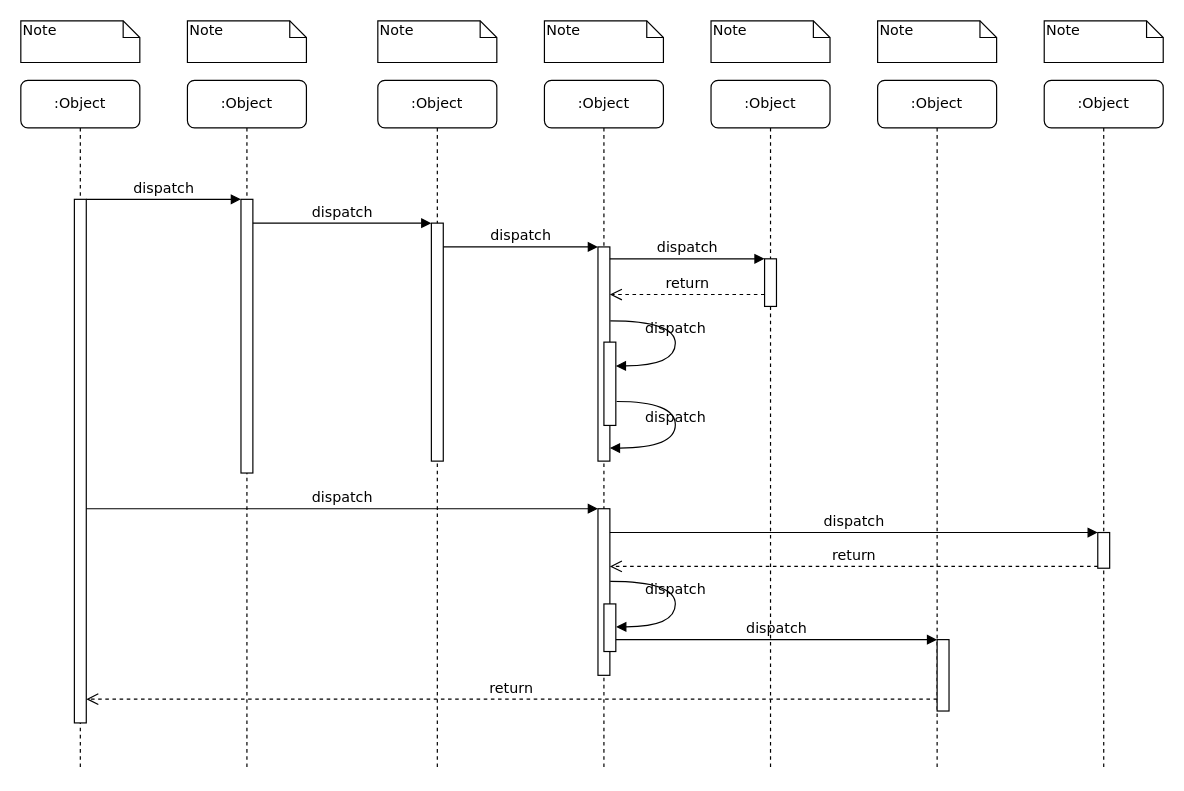
This is 拓扑图11.drawio from choulele0910/gitbook, a draw.io file, before an edit. Source tidied: cells renumbered, new cells numbered last; positions are measured from the earlier drawing's top-left corner, leaving out a move shared by most shapes. Both pictures are drawn from the tidied source at 119%, with x=0, y=0 at pixel (20, 20).
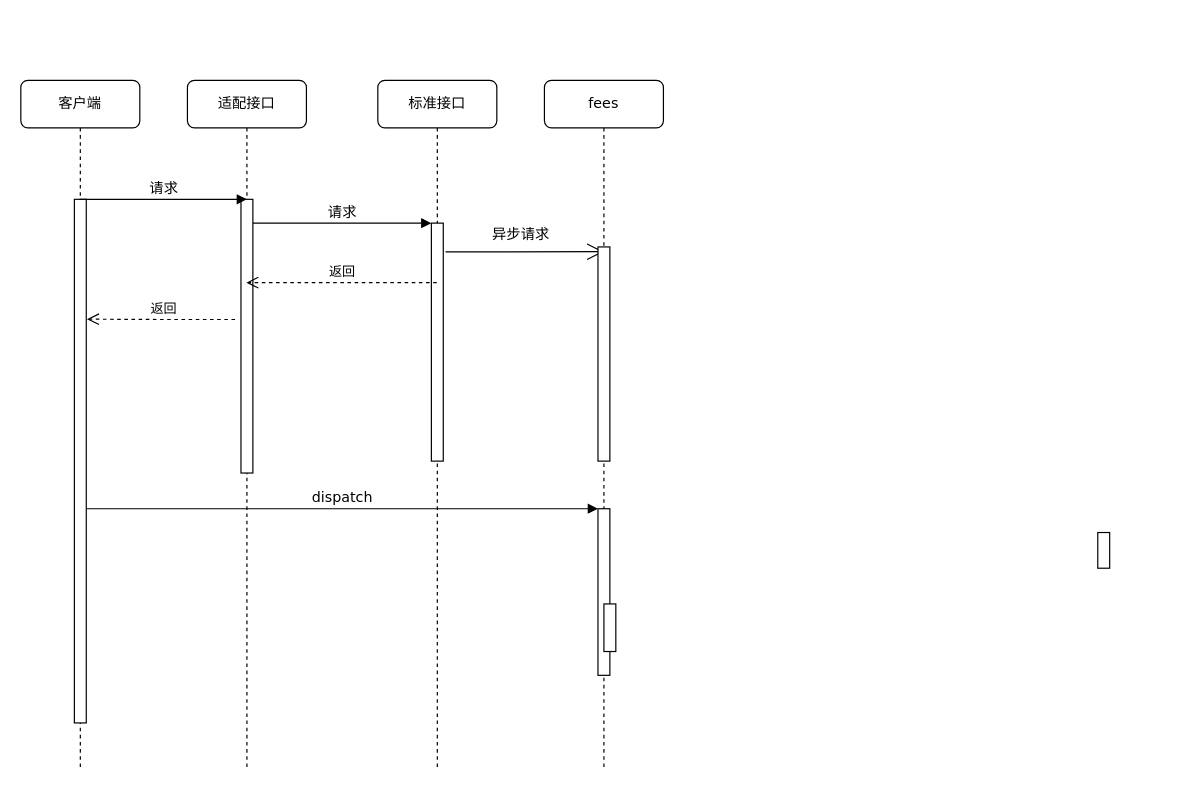
After the change.

Commit message:
更新拓扑图11.drawio

Unchanged cells that the change refers to:
```xml
<mxCell id="3" style="html=1;points=[];perimeter=orthogonalPerimeter;rounded=0;shadow=0;comic=0;labelBackgroundColor=none;strokeWidth=1;fontFamily=Verdana;fontSize=12;align=center;" parent="2" vertex="1">
  <mxGeometry x="45" y="100" width="10" height="230" as="geometry" />
</mxCell>
<mxCell id="5" style="html=1;points=[];perimeter=orthogonalPerimeter;rounded=0;shadow=0;comic=0;labelBackgroundColor=none;strokeWidth=1;fontFamily=Verdana;fontSize=12;align=center;" parent="4" vertex="1">
  <mxGeometry x="45" y="120" width="10" height="200" as="geometry" />
</mxCell>
<mxCell id="11" style="html=1;points=[];perimeter=orthogonalPerimeter;rounded=0;shadow=0;comic=0;labelBackgroundColor=none;strokeWidth=1;fontFamily=Verdana;fontSize=12;align=center;" parent="10" vertex="1">
  <mxGeometry x="45" y="100" width="10" height="440" as="geometry" />
</mxCell>
<mxCell id="12" style="html=1;points=[];perimeter=orthogonalPerimeter;rounded=0;shadow=0;comic=0;labelBackgroundColor=none;strokeWidth=1;fontFamily=Verdana;fontSize=12;align=center;" parent="1" vertex="1">
  <mxGeometry x="485" y="190" width="10" height="180" as="geometry" />
</mxCell>
<mxCell id="17" style="html=1;points=[];perimeter=orthogonalPerimeter;rounded=0;shadow=0;comic=0;labelBackgroundColor=none;strokeWidth=1;fontFamily=Verdana;fontSize=12;align=center;" parent="1" vertex="1">
  <mxGeometry x="485" y="410" width="10" height="140" as="geometry" />
</mxCell>
<mxCell id="19" style="html=1;points=[];perimeter=orthogonalPerimeter;rounded=0;shadow=0;comic=0;labelBackgroundColor=none;strokeColor=#000000;strokeWidth=1;fillColor=#FFFFFF;fontFamily=Verdana;fontSize=12;fontColor=#000000;align=center;" parent="1" vertex="1">
  <mxGeometry x="905" y="430" width="10" height="30" as="geometry" />
</mxCell>
<mxCell id="30" style="html=1;points=[];perimeter=orthogonalPerimeter;rounded=0;shadow=0;comic=0;labelBackgroundColor=none;strokeWidth=1;fontFamily=Verdana;fontSize=12;align=center;" parent="1" vertex="1">
  <mxGeometry x="490" y="490" width="10" height="40" as="geometry" />
</mxCell>
```

Diff of the diagram source:
```diff
@@
-    <mxCell id="2" value=":Object" style="shape=umlLifeline;perimeter=lifelinePerimeter;whiteSpace=wrap;html=1;outlineConnect=0;rounded=1;shadow=0;comic=0;labelBackgroundColor=none;strokeWidth=1;fontFamily=Verdana;fontSize=12;align=center;" parent="1" vertex="1">
+    <mxCell id="2" value="适配接口" style="shape=umlLifeline;perimeter=lifelinePerimeter;whiteSpace=wrap;html=1;outlineConnect=0;rounded=1;shadow=0;comic=0;labelBackgroundColor=none;strokeWidth=1;fontFamily=Verdana;fontSize=12;align=center;" parent="1" vertex="1">
       <mxGeometry x="140" y="50" width="100" height="580" as="geometry" />
     </mxCell>
@@
-    <mxCell id="4" value=":Object" style="shape=umlLifeline;perimeter=lifelinePerimeter;whiteSpace=wrap;html=1;outlineConnect=0;rounded=1;shadow=0;comic=0;labelBackgroundColor=none;strokeWidth=1;fontFamily=Verdana;fontSize=12;align=center;" parent="1" vertex="1">
+    <mxCell id="4" value="标准接口" style="shape=umlLifeline;perimeter=lifelinePerimeter;whiteSpace=wrap;html=1;outlineConnect=0;rounded=1;shadow=0;comic=0;labelBackgroundColor=none;strokeWidth=1;fontFamily=Verdana;fontSize=12;align=center;" parent="1" vertex="1">
       <mxGeometry x="300" y="50" width="100" height="580" as="geometry" />
     </mxCell>
@@
-    <mxCell id="6" value=":Object" style="shape=umlLifeline;perimeter=lifelinePerimeter;whiteSpace=wrap;html=1;rounded=1;shadow=0;comic=0;labelBackgroundColor=none;strokeWidth=1;fontFamily=Verdana;fontSize=12;align=center;" parent="1" vertex="1">
+    <mxCell id="6" value="fees" style="shape=umlLifeline;perimeter=lifelinePerimeter;whiteSpace=wrap;html=1;rounded=1;shadow=0;comic=0;labelBackgroundColor=none;strokeWidth=1;fontFamily=Verdana;fontSize=12;align=center;" parent="1" vertex="1">
       <mxGeometry x="440" y="50" width="100" height="580" as="geometry" />
     </mxCell>
-    <mxCell id="7" value=":Object" style="shape=umlLifeline;perimeter=lifelinePerimeter;whiteSpace=wrap;html=1;rounded=1;shadow=0;comic=0;labelBackgroundColor=none;strokeWidth=1;fontFamily=Verdana;fontSize=12;align=center;" parent="1" vertex="1">
-      <mxGeometry x="580" y="50" width="100" height="580" as="geometry" />
-    </mxCell>
-    <mxCell id="8" value=":Object" style="shape=umlLifeline;perimeter=lifelinePerimeter;whiteSpace=wrap;html=1;rounded=1;shadow=0;comic=0;labelBackgroundColor=none;strokeWidth=1;fontFamily=Verdana;fontSize=12;align=center;" parent="1" vertex="1">
-      <mxGeometry x="720" y="50" width="100" height="580" as="geometry" />
-    </mxCell>
-    <mxCell id="9" value=":Object" style="shape=umlLifeline;perimeter=lifelinePerimeter;whiteSpace=wrap;html=1;rounded=1;shadow=0;comic=0;labelBackgroundColor=none;strokeWidth=1;fontFamily=Verdana;fontSize=12;align=center;" parent="1" vertex="1">
-      <mxGeometry x="860" y="50" width="100" height="580" as="geometry" />
-    </mxCell>
+    <mxCell id="39" style="endArrow=open;endFill=1;endSize=12;html=1;rounded=0;exitX=1.193;exitY=0.121;exitDx=0;exitDy=0;exitPerimeter=0;" parent="6" edge="1" source="5">
+      <mxGeometry relative="1" as="geometry">
+        <mxPoint x="50" y="144" as="targetPoint" />
+      </mxGeometry>
+    </mxCell>
-    <mxCell id="10" value=":Object" style="shape=umlLifeline;perimeter=lifelinePerimeter;whiteSpace=wrap;html=1;outlineConnect=0;rounded=1;shadow=0;comic=0;labelBackgroundColor=none;strokeWidth=1;fontFamily=Verdana;fontSize=12;align=center;" parent="1" vertex="1">
+    <mxCell id="10" value="客户端" style="shape=umlLifeline;perimeter=lifelinePerimeter;whiteSpace=wrap;html=1;outlineConnect=0;rounded=1;shadow=0;comic=0;labelBackgroundColor=none;strokeWidth=1;fontFamily=Verdana;fontSize=12;align=center;" parent="1" vertex="1">
       <mxGeometry y="50" width="100" height="580" as="geometry" />
     </mxCell>
@@
-    <mxCell id="13" value="dispatch" style="html=1;verticalAlign=bottom;endArrow=block;labelBackgroundColor=none;fontFamily=Verdana;fontSize=12;edgeStyle=elbowEdgeStyle;elbow=vertical;" parent="1" edge="1" source="5" target="12">
-      <mxGeometry relative="1" as="geometry">
-        <Array as="points">
-          <mxPoint x="360" y="190" />
-        </Array>
-      </mxGeometry>
-    </mxCell>
-    <mxCell id="14" style="html=1;points=[];perimeter=orthogonalPerimeter;rounded=0;shadow=0;comic=0;labelBackgroundColor=none;strokeWidth=1;fontFamily=Verdana;fontSize=12;align=center;" parent="1" vertex="1">
-      <mxGeometry x="625" y="200" width="10" height="40" as="geometry" />
-    </mxCell>
-    <mxCell id="15" value="dispatch" style="html=1;verticalAlign=bottom;endArrow=block;entryX=0;entryY=0;labelBackgroundColor=none;fontFamily=Verdana;fontSize=12;edgeStyle=elbowEdgeStyle;elbow=vertical;" parent="1" edge="1" source="12" target="14">
-      <mxGeometry relative="1" as="geometry" />
-    </mxCell>
-    <mxCell id="16" value="return" style="html=1;verticalAlign=bottom;endArrow=open;dashed=1;endSize=8;labelBackgroundColor=none;fontFamily=Verdana;fontSize=12;edgeStyle=elbowEdgeStyle;elbow=vertical;" parent="1" edge="1" source="14" target="12">
-      <mxGeometry relative="1" as="geometry">
-        <Array as="points">
-          <mxPoint x="570" y="230" />
-          <mxPoint x="600" y="230" />
-        </Array>
-      </mxGeometry>
-    </mxCell>
@@
-    <mxCell id="20" value="dispatch" style="html=1;verticalAlign=bottom;endArrow=block;entryX=0;entryY=0;labelBackgroundColor=none;fontFamily=Verdana;fontSize=12;" parent="1" edge="1" source="17" target="19">
-      <mxGeometry relative="1" as="geometry" />
-    </mxCell>
-    <mxCell id="21" value="return" style="html=1;verticalAlign=bottom;endArrow=open;dashed=1;endSize=8;exitX=0;exitY=0.95;labelBackgroundColor=none;fontFamily=Verdana;fontSize=12;" parent="1" edge="1" source="19" target="17">
-      <mxGeometry relative="1" as="geometry" />
-    </mxCell>
-    <mxCell id="22" style="html=1;points=[];perimeter=orthogonalPerimeter;rounded=0;shadow=0;comic=0;labelBackgroundColor=none;strokeWidth=1;fontFamily=Verdana;fontSize=12;align=center;" parent="1" vertex="1">
-      <mxGeometry x="770" y="520" width="10" height="60" as="geometry" />
-    </mxCell>
-    <mxCell id="23" value="dispatch" style="html=1;verticalAlign=bottom;endArrow=block;entryX=0;entryY=0;labelBackgroundColor=none;fontFamily=Verdana;fontSize=12;edgeStyle=elbowEdgeStyle;elbow=vertical;" parent="1" edge="1" source="30" target="22">
-      <mxGeometry relative="1" as="geometry" />
-    </mxCell>
-    <mxCell id="24" value="return" style="html=1;verticalAlign=bottom;endArrow=open;dashed=1;endSize=8;labelBackgroundColor=none;fontFamily=Verdana;fontSize=12;edgeStyle=elbowEdgeStyle;elbow=vertical;" parent="1" edge="1" source="22" target="11">
-      <mxGeometry relative="1" as="geometry">
-        <Array as="points">
-          <mxPoint x="470" y="570" />
-        </Array>
-      </mxGeometry>
-    </mxCell>
-    <mxCell id="25" value="dispatch" style="html=1;verticalAlign=bottom;endArrow=block;entryX=0;entryY=0;labelBackgroundColor=none;fontFamily=Verdana;fontSize=12;edgeStyle=elbowEdgeStyle;elbow=vertical;" parent="1" edge="1" source="11" target="3">
-      <mxGeometry relative="1" as="geometry" />
-    </mxCell>
-    <mxCell id="26" value="dispatch" style="html=1;verticalAlign=bottom;endArrow=block;entryX=0;entryY=0;labelBackgroundColor=none;fontFamily=Verdana;fontSize=12;edgeStyle=elbowEdgeStyle;elbow=vertical;" parent="1" edge="1" source="3" target="5">
+    <mxCell id="26" value="请求" style="html=1;verticalAlign=bottom;endArrow=block;entryX=0;entryY=0;labelBackgroundColor=none;fontFamily=Verdana;fontSize=12;edgeStyle=elbowEdgeStyle;elbow=vertical;" parent="1" edge="1" source="3" target="5">
       <mxGeometry relative="1" as="geometry" />
     </mxCell>
-    <mxCell id="27" style="html=1;points=[];perimeter=orthogonalPerimeter;rounded=0;shadow=0;comic=0;labelBackgroundColor=none;strokeWidth=1;fontFamily=Verdana;fontSize=12;align=center;" parent="1" vertex="1">
-      <mxGeometry x="490" y="270" width="10" height="70" as="geometry" />
-    </mxCell>
-    <mxCell id="28" value="dispatch" style="html=1;verticalAlign=bottom;endArrow=block;labelBackgroundColor=none;fontFamily=Verdana;fontSize=12;elbow=vertical;edgeStyle=orthogonalEdgeStyle;curved=1;entryX=1;entryY=0.286;entryPerimeter=0;exitX=1.038;exitY=0.345;exitPerimeter=0;" parent="1" edge="1" source="12" target="27">
-      <mxGeometry relative="1" as="geometry">
-        <Array as="points">
-          <mxPoint x="550" y="252" />
-          <mxPoint x="550" y="290" />
-        </Array>
-      </mxGeometry>
-    </mxCell>
-    <mxCell id="29" value="dispatch" style="html=1;verticalAlign=bottom;endArrow=block;labelBackgroundColor=none;fontFamily=Verdana;fontSize=12;elbow=vertical;edgeStyle=orthogonalEdgeStyle;curved=1;exitX=1.066;exitY=0.713;exitPerimeter=0;" parent="1" edge="1" source="27">
-      <mxGeometry relative="1" as="geometry">
-        <mxPoint x="495" y="359" as="targetPoint" />
-        <Array as="points">
-          <mxPoint x="550" y="320" />
-          <mxPoint x="550" y="359" />
-        </Array>
-      </mxGeometry>
-    </mxCell>
@@
-    <mxCell id="31" value="dispatch" style="html=1;verticalAlign=bottom;endArrow=block;labelBackgroundColor=none;fontFamily=Verdana;fontSize=12;elbow=vertical;edgeStyle=orthogonalEdgeStyle;curved=1;entryX=1;entryY=0.286;entryPerimeter=0;exitX=1.038;exitY=0.345;exitPerimeter=0;" parent="1" edge="1">
-      <mxGeometry relative="1" as="geometry">
-        <mxPoint x="495.3" y="471" as="sourcePoint" />
-        <mxPoint x="500.3" y="509.3" as="targetPoint" />
-        <Array as="points">
-          <mxPoint x="550" y="471" />
-          <mxPoint x="550" y="509" />
-        </Array>
-      </mxGeometry>
-    </mxCell>
-    <mxCell id="32" value="Note" style="shape=note;whiteSpace=wrap;html=1;size=14;verticalAlign=top;align=left;spacingTop=-6;rounded=0;shadow=0;comic=0;labelBackgroundColor=none;strokeWidth=1;fontFamily=Verdana;fontSize=12;" parent="1" vertex="1">
-      <mxGeometry width="100" height="35" as="geometry" />
-    </mxCell>
-    <mxCell id="33" value="Note" style="shape=note;whiteSpace=wrap;html=1;size=14;verticalAlign=top;align=left;spacingTop=-6;rounded=0;shadow=0;comic=0;labelBackgroundColor=none;strokeWidth=1;fontFamily=Verdana;fontSize=12;" parent="1" vertex="1">
-      <mxGeometry x="140" width="100" height="35" as="geometry" />
-    </mxCell>
-    <mxCell id="34" value="Note" style="shape=note;whiteSpace=wrap;html=1;size=14;verticalAlign=top;align=left;spacingTop=-6;rounded=0;shadow=0;comic=0;labelBackgroundColor=none;strokeWidth=1;fontFamily=Verdana;fontSize=12;" parent="1" vertex="1">
-      <mxGeometry x="300" width="100" height="35" as="geometry" />
-    </mxCell>
-    <mxCell id="35" value="Note" style="shape=note;whiteSpace=wrap;html=1;size=14;verticalAlign=top;align=left;spacingTop=-6;rounded=0;shadow=0;comic=0;labelBackgroundColor=none;strokeWidth=1;fontFamily=Verdana;fontSize=12;" parent="1" vertex="1">
-      <mxGeometry x="440" width="100" height="35" as="geometry" />
-    </mxCell>
-    <mxCell id="36" value="Note" style="shape=note;whiteSpace=wrap;html=1;size=14;verticalAlign=top;align=left;spacingTop=-6;rounded=0;shadow=0;comic=0;labelBackgroundColor=none;strokeWidth=1;fontFamily=Verdana;fontSize=12;" parent="1" vertex="1">
-      <mxGeometry x="580" width="100" height="35" as="geometry" />
-    </mxCell>
-    <mxCell id="37" value="Note" style="shape=note;whiteSpace=wrap;html=1;size=14;verticalAlign=top;align=left;spacingTop=-6;rounded=0;shadow=0;comic=0;labelBackgroundColor=none;strokeWidth=1;fontFamily=Verdana;fontSize=12;" parent="1" vertex="1">
-      <mxGeometry x="720" width="100" height="35" as="geometry" />
-    </mxCell>
-    <mxCell id="38" value="Note" style="shape=note;whiteSpace=wrap;html=1;size=14;verticalAlign=top;align=left;spacingTop=-6;rounded=0;shadow=0;comic=0;labelBackgroundColor=none;strokeWidth=1;fontFamily=Verdana;fontSize=12;" parent="1" vertex="1">
-      <mxGeometry x="860" width="100" height="35" as="geometry" />
-    </mxCell>
+    <mxCell id="40" value="返回" style="html=1;verticalAlign=bottom;endArrow=open;dashed=1;endSize=8;rounded=0;entryX=1.06;entryY=0.222;entryDx=0;entryDy=0;entryPerimeter=0;" parent="1" edge="1">
+      <mxGeometry x="-0.04" relative="1" as="geometry">
+        <mxPoint x="180" y="251" as="sourcePoint" />
+        <mxPoint x="55.6" y="250.7" as="targetPoint" />
+        <Array as="points">
+          <mxPoint x="160" y="251" />
+          <mxPoint x="120" y="251" />
+        </Array>
+      </mxGeometry>
+    </mxCell>
+    <mxCell id="41" value="返回" style="html=1;verticalAlign=bottom;endArrow=open;dashed=1;endSize=8;rounded=0;" parent="1" edge="1" source="4" target="2">
+      <mxGeometry relative="1" as="geometry">
+        <Array as="points">
+          <mxPoint x="300" y="220" />
+        </Array>
+      </mxGeometry>
+    </mxCell>
+    <mxCell id="42" value="请求" style="html=1;verticalAlign=bottom;endArrow=block;entryX=0.5;entryY=0;labelBackgroundColor=none;fontFamily=Verdana;fontSize=12;edgeStyle=elbowEdgeStyle;elbow=vertical;entryDx=0;entryDy=0;entryPerimeter=0;" parent="1" edge="1" source="10" target="3">
+      <mxGeometry relative="1" as="geometry">
+        <Array as="points">
+          <mxPoint x="120" y="150" />
+        </Array>
+      </mxGeometry>
+    </mxCell>
+    <mxCell id="43" value="异步请求" style="text;html=1;align=center;verticalAlign=middle;strokeColor=none;fillColor=none;" parent="1" vertex="1">
+      <mxGeometry x="385" y="165" width="70" height="30" as="geometry" />
+    </mxCell>
```
